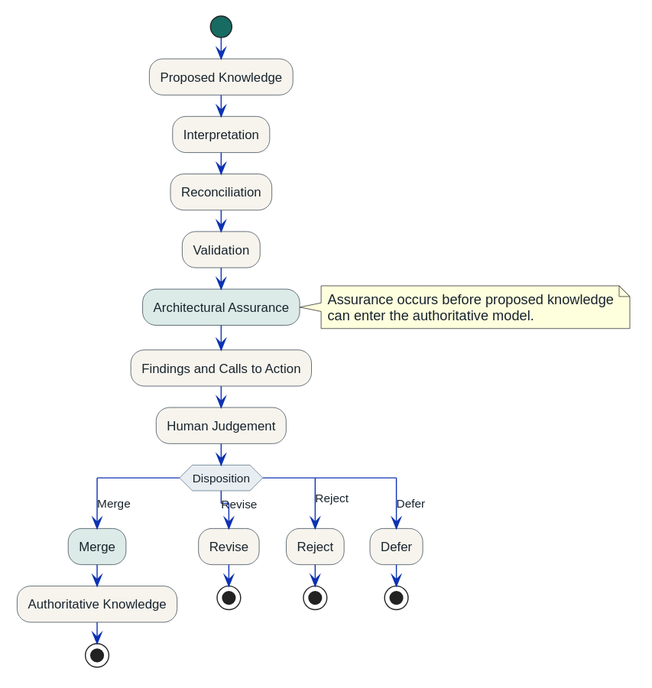
Above: site/public/diagrams/episode-0015-knowledge-evolution-assurance.svg in russelleast/articulate (PlantUML), before the change. Source of this version:
```plantuml
@startuml
skinparam backgroundColor transparent
skinparam shadowing false
skinparam defaultFontName Arial
skinparam defaultFontColor #17232D
skinparam activity {
  BackgroundColor #F7F4ED
  BorderColor #263746
  FontColor #17232D
  DiamondBackgroundColor #E8EDF2
  DiamondBorderColor #49677C
  StartColor #176B62
  EndColor #176B62
  BarColor #49677C
}
skinparam ArrowColor #0D32B2

start
:Proposed Knowledge;
:Interpretation;
:Reconciliation;
:Validation;
:Architectural Assurance; <<#DCEBE7>>
note right
  Assurance occurs before proposed knowledge
  can enter the authoritative model.
end note
:Findings and Calls to Action;
:Human Judgement;

switch (Disposition)
case (Merge)
  :Merge; <<#DCEBE7>>
  :Authoritative Knowledge;
  stop
case (Revise)
  :Revise;
  stop
case (Reject)
  :Reject;
  stop
case (Defer)
  :Defer;
  stop
endswitch
@enduml
```
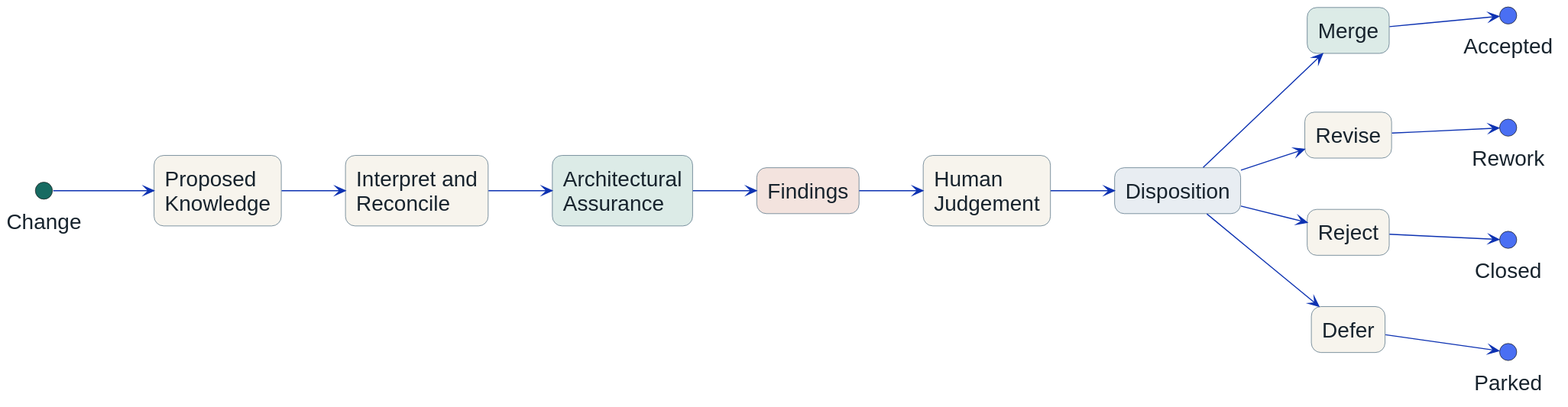
After the change.

Change to the diagram source:
```diff
@@ -2,45 +2,47 @@
 skinparam backgroundColor transparent
 skinparam shadowing false
 skinparam defaultFontName Arial
+skinparam defaultFontSize 20
 skinparam defaultFontColor #17232D
-skinparam activity {
+skinparam rectangle {
   BackgroundColor #F7F4ED
-  BorderColor #263746
+  BorderColor #49677C
   FontColor #17232D
-  DiamondBackgroundColor #E8EDF2
-  DiamondBorderColor #49677C
-  StartColor #176B62
-  EndColor #176B62
-  BarColor #49677C
+  RoundCorner 18
 }
 skinparam ArrowColor #0D32B2
+skinparam ArrowFontSize 17
+left to right direction
 
-start
-:Proposed Knowledge;
-:Interpretation;
-:Reconciliation;
-:Validation;
-:Architectural Assurance; <<#DCEBE7>>
-note right
-  Assurance occurs before proposed knowledge
-  can enter the authoritative model.
-end note
-:Findings and Calls to Action;
-:Human Judgement;
+circle "Change" as start #176B62
+rectangle "Proposed\nKnowledge" as proposed
+rectangle "Interpret and\nReconcile" as interpret
+rectangle "Architectural\nAssurance" as assurance #DCEBE7
+rectangle "Findings" as findings #F3E3DE
+rectangle "Human\nJudgement" as human_review
+rectangle "Disposition" as disposition #E8EDF2
 
-switch (Disposition)
-case (Merge)
-  :Merge; <<#DCEBE7>>
-  :Authoritative Knowledge;
-  stop
-case (Revise)
-  :Revise;
-  stop
-case (Reject)
-  :Reject;
-  stop
-case (Defer)
-  :Defer;
-  stop
-endswitch
+rectangle "Merge" as merge #DCEBE7
+rectangle "Revise" as revise
+rectangle "Reject" as reject
+rectangle "Defer" as defer
+circle "Accepted" as accepted #4A6FF3
+circle "Rework" as rework #4A6FF3
+circle "Closed" as closed #4A6FF3
+circle "Parked" as parked #4A6FF3
+
+start --> proposed
+proposed --> interpret
+interpret --> assurance
+assurance --> findings
+findings --> human_review
+human_review --> disposition
+disposition --> merge
+disposition --> revise
+disposition --> reject
+disposition --> defer
+merge --> accepted
+revise --> rework
+reject --> closed
+defer --> parked
 @enduml
```
